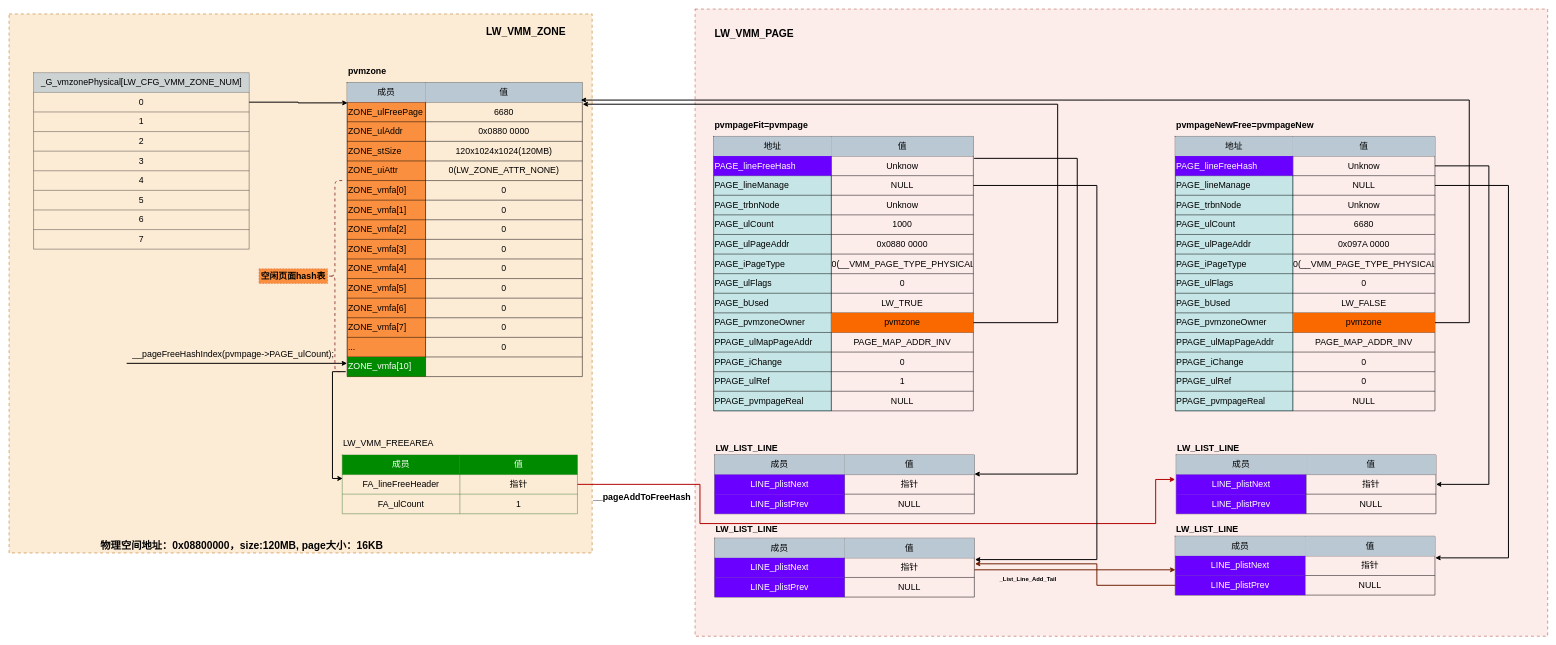
Above: page "完成物理页面分配" (3 of 5) of draw/mips-mmu.drawio in peng-fan/drawio (draw.io), before the change. Source tidied: cells renumbered, new cells numbered last; positions are measured from the earlier drawing's top-left corner, leaving out a move shared by most shapes. Both pictures are drawn from the tidied source at 49%, with x=0, y=0 at pixel (9, 9).
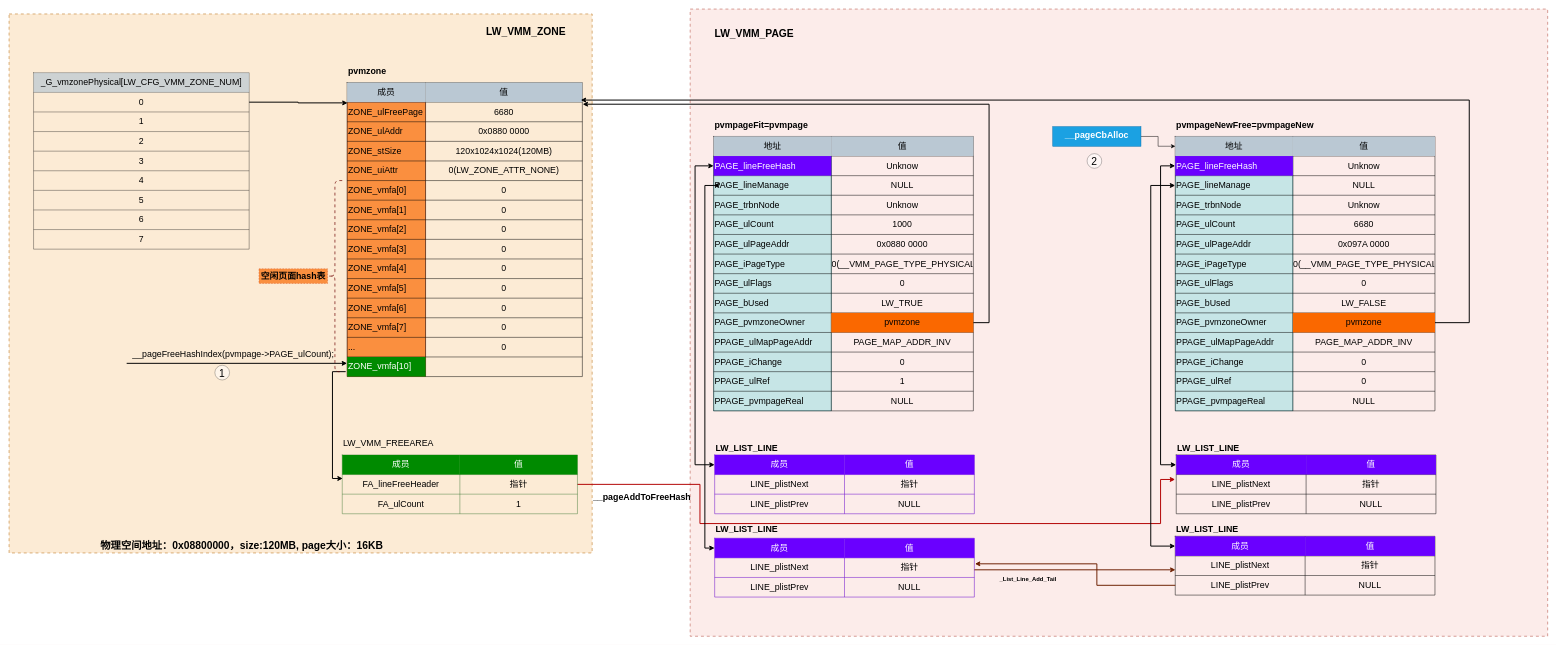
Above is the later version.

The change refers to these unchanged cells:
```xml
<mxCell id="8" style="shape=partialRectangle;fillColor=none;top=0;left=0;bottom=0;right=0;points=[[0,0.5],[1,0.5]];portConstraint=eastwest;fontSize=18;strokeColor=default;" parent="4" vertex="1">
  <mxGeometry y="40" width="530" height="40" as="geometry" />
</mxCell>
<mxCell id="11" style="shape=partialRectangle;fillColor=none;top=0;left=0;bottom=0;right=0;points=[[0,0.5],[1,0.5]];portConstraint=eastwest;fontSize=18;strokeColor=default;" parent="4" vertex="1">
  <mxGeometry y="80" width="530" height="40" as="geometry" />
</mxCell>
<mxCell id="32" style="shape=partialRectangle;fillColor=none;top=0;left=0;bottom=0;right=0;points=[[0,0.5],[1,0.5]];portConstraint=eastwest;fontSize=18;strokeColor=default;" parent="4" vertex="1">
  <mxGeometry y="360" width="530" height="40" as="geometry" />
</mxCell>
<mxCell id="54" style="shape=partialRectangle;fillColor=none;top=0;left=0;bottom=0;right=0;points=[[0,0.5],[1,0.5]];portConstraint=eastwest;fontSize=18;strokeColor=default;" parent="50" vertex="1">
  <mxGeometry y="40" width="480" height="40" as="geometry" />
</mxCell>
<mxCell id="101" style="shape=table;startSize=0;childLayout=tableLayout;fontSize=18;strokeColor=#005700;fillColor=none;align=center;opacity=70;fontColor=#ffffff;" parent="1" vertex="1">
  <mxGeometry x="680" y="910" width="480" height="120" as="geometry" />
</mxCell>
<mxCell id="119" style="shape=partialRectangle;fillColor=none;top=0;left=0;bottom=0;right=0;points=[[0,0.5],[1,0.5]];portConstraint=eastwest;fontSize=18;strokeColor=default;align=center;opacity=70;" parent="118" vertex="1">
  <mxGeometry width="530" height="40" as="geometry" />
</mxCell>
<mxCell id="122" style="shape=partialRectangle;fillColor=none;top=0;left=0;bottom=0;right=0;fontSize=18;strokeColor=default;align=center;opacity=70;" parent="118" vertex="1">
  <mxGeometry y="40" width="530" height="40" as="geometry" />
</mxCell>
<mxCell id="125" style="shape=partialRectangle;fillColor=none;top=0;left=0;bottom=0;right=0;fontSize=18;strokeColor=default;align=center;opacity=70;" parent="118" vertex="1">
  <mxGeometry y="80" width="530" height="40" as="geometry" />
</mxCell>
<mxCell id="153" style="shape=partialRectangle;fillColor=none;top=0;left=0;bottom=0;right=0;points=[[0,0.5],[1,0.5]];portConstraint=eastwest;fontSize=18;strokeColor=default;" parent="152" vertex="1">
  <mxGeometry width="530" height="40" as="geometry" />
</mxCell>
<mxCell id="156" style="shape=partialRectangle;fillColor=none;top=0;left=0;bottom=0;right=0;points=[[0,0.5],[1,0.5]];portConstraint=eastwest;fontSize=18;strokeColor=default;" parent="152" vertex="1">
  <mxGeometry y="40" width="530" height="40" as="geometry" />
</mxCell>
<mxCell id="159" style="shape=partialRectangle;fillColor=none;top=0;left=0;bottom=0;right=0;points=[[0,0.5],[1,0.5]];portConstraint=eastwest;fontSize=18;strokeColor=default;" parent="152" vertex="1">
  <mxGeometry y="80" width="530" height="40" as="geometry" />
</mxCell>
<mxCell id="197" style="shape=partialRectangle;fillColor=none;top=0;left=0;bottom=0;right=0;points=[[0,0.5],[1,0.5]];portConstraint=eastwest;fontSize=18;strokeColor=default;align=center;opacity=70;" parent="196" vertex="1">
  <mxGeometry width="530" height="40" as="geometry" />
</mxCell>
<mxCell id="200" style="shape=partialRectangle;fillColor=none;top=0;left=0;bottom=0;right=0;points=[[0,0.5],[1,0.5]];portConstraint=eastwest;fontSize=18;strokeColor=default;align=center;opacity=70;" parent="196" vertex="1">
  <mxGeometry y="40" width="530" height="40" as="geometry" />
</mxCell>
<mxCell id="203" style="shape=partialRectangle;fillColor=none;top=0;left=0;bottom=0;right=0;fontSize=18;strokeColor=default;align=center;opacity=70;" parent="196" vertex="1">
  <mxGeometry y="80" width="530" height="40" as="geometry" />
</mxCell>
<mxCell id="208" style="shape=partialRectangle;fillColor=none;top=0;left=0;bottom=0;right=0;points=[[0,0.5],[1,0.5]];portConstraint=eastwest;fontSize=18;strokeColor=default;align=center;opacity=70;" parent="207" vertex="1">
  <mxGeometry width="530" height="40" as="geometry" />
</mxCell>
<mxCell id="211" style="shape=partialRectangle;fillColor=none;top=0;left=0;bottom=0;right=0;points=[[0,0.5],[1,0.5]];portConstraint=eastwest;fontSize=18;strokeColor=default;align=center;opacity=70;" parent="207" vertex="1">
  <mxGeometry y="40" width="530" height="40" as="geometry" />
</mxCell>
<mxCell id="214" style="shape=partialRectangle;fillColor=none;top=0;left=0;bottom=0;right=0;fontSize=18;strokeColor=default;align=center;opacity=70;" parent="207" vertex="1">
  <mxGeometry y="80" width="530" height="40" as="geometry" />
</mxCell>
<mxCell id="219" style="shape=partialRectangle;fillColor=none;top=0;left=0;bottom=0;right=0;points=[[0,0.5],[1,0.5]];portConstraint=eastwest;fontSize=18;strokeColor=default;align=center;opacity=70;" parent="218" vertex="1">
  <mxGeometry width="530" height="40" as="geometry" />
</mxCell>
<mxCell id="222" style="shape=partialRectangle;fillColor=none;top=0;left=0;bottom=0;right=0;points=[[0,0.5],[1,0.5]];portConstraint=eastwest;fontSize=18;strokeColor=default;align=center;opacity=70;" parent="218" vertex="1">
  <mxGeometry y="40" width="530" height="40" as="geometry" />
</mxCell>
<mxCell id="225" style="shape=partialRectangle;fillColor=none;top=0;left=0;bottom=0;right=0;points=[[0,0.5],[1,0.5]];portConstraint=eastwest;fontSize=18;strokeColor=default;align=center;opacity=70;" parent="218" vertex="1">
  <mxGeometry y="80" width="530" height="40" as="geometry" />
</mxCell>
```

What changed in the source:
```diff
@@
     <mxCell id="2" style="rounded=0;whiteSpace=wrap;html=1;dashed=1;fontSize=18;strokeColor=#ae4132;strokeWidth=2;fillColor=#fad9d5;align=center;opacity=50;" parent="1" vertex="1">
-      <mxGeometry x="1400" width="1740" height="1280" as="geometry" />
+      <mxGeometry x="1390" width="1750" height="1280" as="geometry" />
     </mxCell>
@@
     <mxCell id="98" style="edgeStyle=orthogonalEdgeStyle;rounded=0;jettySize=auto;html=1;entryX=1.001;entryY=0.104;entryDx=0;entryDy=0;fontSize=18;exitX=1;exitY=0.5;exitDx=0;exitDy=0;entryPerimeter=0;strokeWidth=2;" parent="1" edge="1" source="32" target="54">
       <mxGeometry relative="1" as="geometry">
         <Array as="points">
-          <mxPoint x="2140" y="640" />
-          <mxPoint x="2140" y="194" />
+          <mxPoint x="2000" y="640" />
+          <mxPoint x="2000" y="194" />
         </Array>
       </mxGeometry>
     </mxCell>
@@
     <mxCell id="100" style="edgeStyle=orthogonalEdgeStyle;rounded=0;jettySize=auto;html=1;strokeWidth=2;entryX=-0.004;entryY=0.25;entryDx=0;entryDy=0;entryPerimeter=0;fillColor=#e51400;strokeColor=#B20000;" parent="1" edge="1" source="101" target="200">
       <mxGeometry relative="1" as="geometry">
         <Array as="points">
           <mxPoint x="1410" y="970" />
           <mxPoint x="1410" y="1050" />
-          <mxPoint x="2340" y="1050" />
-          <mxPoint x="2340" y="960" />
+          <mxPoint x="2350" y="1050" />
+          <mxPoint x="2350" y="960" />
         </Array>
       </mxGeometry>
     </mxCell>
@@
-    <mxCell id="118" style="shape=table;startSize=0;childLayout=tableLayout;fontSize=18;strokeColor=default;fillColor=none;gradientColor=none;align=center;" parent="1" vertex="1">
+    <mxCell id="118" style="shape=table;startSize=0;childLayout=tableLayout;fontSize=18;strokeColor=#6600CC;fillColor=none;gradientColor=none;align=center;" parent="1" vertex="1">
       <mxGeometry x="1440" y="910" width="530" height="120" as="geometry" />
     </mxCell>
@@
-    <mxCell id="120" value="成员" style="shape=partialRectangle;html=1;whiteSpace=wrap;overflow=hidden;fillColor=#bac8d3;top=0;left=0;bottom=0;right=0;fontSize=18;strokeColor=#23445d;align=center;" parent="119" vertex="1">
+    <mxCell id="120" value="成员" style="shape=partialRectangle;html=1;whiteSpace=wrap;overflow=hidden;fillColor=#6a00ff;top=0;left=0;bottom=0;right=0;fontSize=18;strokeColor=#3700CC;align=center;fontColor=#ffffff;" parent="119" vertex="1">
       <mxGeometry width="265" height="40" as="geometry" />
     </mxCell>
-    <mxCell id="121" value="值" style="shape=partialRectangle;html=1;whiteSpace=wrap;overflow=hidden;fillColor=#bac8d3;top=0;left=0;bottom=0;right=0;fontSize=18;strokeColor=#23445d;align=center;" parent="119" vertex="1">
+    <mxCell id="121" value="值" style="shape=partialRectangle;html=1;whiteSpace=wrap;overflow=hidden;fillColor=#6a00ff;top=0;left=0;bottom=0;right=0;fontSize=18;strokeColor=#3700CC;align=center;fontColor=#ffffff;" parent="119" vertex="1">
       <mxGeometry x="265" width="265" height="40" as="geometry" />
     </mxCell>
@@
-    <mxCell id="123" value="LINE_plistNext" style="shape=partialRectangle;html=1;whiteSpace=wrap;overflow=hidden;fillColor=#6a00ff;top=0;left=0;bottom=0;right=0;fontSize=18;strokeColor=#3700CC;align=center;fontColor=#ffffff;" parent="122" vertex="1">
+    <mxCell id="123" value="&lt;font color=&quot;#000000&quot;&gt;LINE_plistNext&lt;/font&gt;" style="shape=partialRectangle;html=1;whiteSpace=wrap;overflow=hidden;fillColor=none;top=0;left=0;bottom=0;right=0;fontSize=18;strokeColor=#3700CC;align=center;fontColor=#ffffff;" parent="122" vertex="1">
       <mxGeometry width="265" height="40" as="geometry" />
     </mxCell>
@@
-    <mxCell id="126" value="LINE_plistPrev" style="shape=partialRectangle;html=1;whiteSpace=wrap;overflow=hidden;fillColor=#6a00ff;top=0;left=0;bottom=0;right=0;fontSize=18;strokeColor=#3700CC;align=center;fontColor=#ffffff;" parent="125" vertex="1">
+    <mxCell id="126" value="&lt;font color=&quot;#000000&quot;&gt;LINE_plistPrev&lt;/font&gt;" style="shape=partialRectangle;html=1;whiteSpace=wrap;overflow=hidden;fillColor=none;top=0;left=0;bottom=0;right=0;fontSize=18;strokeColor=#3700CC;align=center;fontColor=#ffffff;" parent="125" vertex="1">
       <mxGeometry width="265" height="40" as="geometry" />
     </mxCell>
@@
-    <mxCell id="129" style="edgeStyle=elbowEdgeStyle;elbow=horizontal;endArrow=classic;html=1;rounded=0;fontSize=18;strokeWidth=2;exitX=1.003;exitY=0.117;exitDx=0;exitDy=0;exitPerimeter=0;" parent="1" edge="1" source="8">
+    <mxCell id="129" style="edgeStyle=elbowEdgeStyle;elbow=horizontal;endArrow=classic;html=1;rounded=0;fontSize=18;strokeWidth=2;exitX=0;exitY=0.5;exitDx=0;exitDy=0;startArrow=classic;startFill=1;" parent="1" edge="1" source="8" target="119">
       <mxGeometry relative="1" as="geometry">
-        <mxPoint x="1970" y="949" as="targetPoint" />
         <Array as="points">
-          <mxPoint x="2180" y="640" />
+          <mxPoint x="1400" y="620" />
           <mxPoint x="2370" y="650" />
         </Array>
       </mxGeometry>
     </mxCell>
@@
-    <mxCell id="198" value="成员" style="shape=partialRectangle;html=1;whiteSpace=wrap;overflow=hidden;fillColor=#bac8d3;top=0;left=0;bottom=0;right=0;fontSize=18;strokeColor=#23445d;align=center;" parent="197" vertex="1">
+    <mxCell id="198" value="成员" style="shape=partialRectangle;html=1;whiteSpace=wrap;overflow=hidden;fillColor=#6a00ff;top=0;left=0;bottom=0;right=0;fontSize=18;strokeColor=#3700CC;align=center;fontColor=#ffffff;" parent="197" vertex="1">
       <mxGeometry width="265" height="40" as="geometry" />
     </mxCell>
-    <mxCell id="199" value="值" style="shape=partialRectangle;html=1;whiteSpace=wrap;overflow=hidden;fillColor=#bac8d3;top=0;left=0;bottom=0;right=0;fontSize=18;strokeColor=#23445d;align=center;" parent="197" vertex="1">
+    <mxCell id="199" value="值" style="shape=partialRectangle;html=1;whiteSpace=wrap;overflow=hidden;fillColor=#6a00ff;top=0;left=0;bottom=0;right=0;fontSize=18;strokeColor=#3700CC;align=center;fontColor=#ffffff;" parent="197" vertex="1">
       <mxGeometry x="265" width="265" height="40" as="geometry" />
     </mxCell>
@@
-    <mxCell id="201" value="LINE_plistNext" style="shape=partialRectangle;html=1;whiteSpace=wrap;overflow=hidden;fillColor=#6a00ff;top=0;left=0;bottom=0;right=0;fontSize=18;strokeColor=#3700CC;align=center;fontColor=#ffffff;" parent="200" vertex="1">
+    <mxCell id="201" value="&lt;font color=&quot;#000000&quot;&gt;LINE_plistNext&lt;/font&gt;" style="shape=partialRectangle;html=1;whiteSpace=wrap;overflow=hidden;fillColor=none;top=0;left=0;bottom=0;right=0;fontSize=18;strokeColor=#3700CC;align=center;fontColor=#ffffff;" parent="200" vertex="1">
       <mxGeometry width="265" height="40" as="geometry" />
     </mxCell>
@@
-    <mxCell id="204" value="LINE_plistPrev" style="shape=partialRectangle;html=1;whiteSpace=wrap;overflow=hidden;fillColor=#6a00ff;top=0;left=0;bottom=0;right=0;fontSize=18;strokeColor=#3700CC;align=center;fontColor=#ffffff;" parent="203" vertex="1">
+    <mxCell id="204" value="&lt;font color=&quot;#000000&quot;&gt;LINE_plistPrev&lt;/font&gt;" style="shape=partialRectangle;html=1;whiteSpace=wrap;overflow=hidden;fillColor=none;top=0;left=0;bottom=0;right=0;fontSize=18;strokeColor=#3700CC;align=center;fontColor=#ffffff;" parent="203" vertex="1">
       <mxGeometry width="265" height="40" as="geometry" />
     </mxCell>
@@
-    <mxCell id="207" style="shape=table;startSize=0;childLayout=tableLayout;fontSize=18;strokeColor=default;fillColor=none;gradientColor=none;align=center;" parent="1" vertex="1">
+    <mxCell id="207" style="shape=table;startSize=0;childLayout=tableLayout;fontSize=18;strokeColor=#6600CC;fillColor=none;gradientColor=none;align=center;" parent="1" vertex="1">
       <mxGeometry x="1440" y="1080" width="530" height="120" as="geometry" />
     </mxCell>
@@
-    <mxCell id="209" value="成员" style="shape=partialRectangle;html=1;whiteSpace=wrap;overflow=hidden;fillColor=#bac8d3;top=0;left=0;bottom=0;right=0;fontSize=18;strokeColor=#23445d;align=center;" parent="208" vertex="1">
+    <mxCell id="209" value="成员" style="shape=partialRectangle;html=1;whiteSpace=wrap;overflow=hidden;fillColor=#6a00ff;top=0;left=0;bottom=0;right=0;fontSize=18;strokeColor=#3700CC;align=center;fontColor=#ffffff;" parent="208" vertex="1">
       <mxGeometry width="265" height="40" as="geometry" />
     </mxCell>
-    <mxCell id="210" value="值" style="shape=partialRectangle;html=1;whiteSpace=wrap;overflow=hidden;fillColor=#bac8d3;top=0;left=0;bottom=0;right=0;fontSize=18;strokeColor=#23445d;align=center;" parent="208" vertex="1">
+    <mxCell id="210" value="值" style="shape=partialRectangle;html=1;whiteSpace=wrap;overflow=hidden;fillColor=#6a00ff;top=0;left=0;bottom=0;right=0;fontSize=18;strokeColor=#3700CC;align=center;fontColor=#ffffff;" parent="208" vertex="1">
       <mxGeometry x="265" width="265" height="40" as="geometry" />
     </mxCell>
@@
-    <mxCell id="212" value="LINE_plistNext" style="shape=partialRectangle;html=1;whiteSpace=wrap;overflow=hidden;fillColor=#6a00ff;top=0;left=0;bottom=0;right=0;fontSize=18;strokeColor=#3700CC;align=center;fontColor=#ffffff;" parent="211" vertex="1">
+    <mxCell id="212" value="&lt;font color=&quot;#000000&quot;&gt;LINE_plistNext&lt;/font&gt;" style="shape=partialRectangle;html=1;whiteSpace=wrap;overflow=hidden;fillColor=none;top=0;left=0;bottom=0;right=0;fontSize=18;strokeColor=#3700CC;align=center;fontColor=#ffffff;" parent="211" vertex="1">
       <mxGeometry width="265" height="40" as="geometry" />
     </mxCell>
@@
-    <mxCell id="215" value="LINE_plistPrev" style="shape=partialRectangle;html=1;whiteSpace=wrap;overflow=hidden;fillColor=#6a00ff;top=0;left=0;bottom=0;right=0;fontSize=18;strokeColor=#3700CC;align=center;fontColor=#ffffff;" parent="214" vertex="1">
+    <mxCell id="215" value="&lt;font color=&quot;#000000&quot;&gt;LINE_plistPrev&lt;/font&gt;" style="shape=partialRectangle;html=1;whiteSpace=wrap;overflow=hidden;fillColor=none;top=0;left=0;bottom=0;right=0;fontSize=18;strokeColor=#3700CC;align=center;fontColor=#ffffff;" parent="214" vertex="1">
       <mxGeometry width="265" height="40" as="geometry" />
     </mxCell>
-    <mxCell id="216" value="NULL" style="shape=partialRectangle;html=1;whiteSpace=wrap;overflow=hidden;fillColor=none;top=0;left=0;bottom=0;right=0;fontSize=18;strokeColor=default;align=center;opacity=70;" parent="214" vertex="1">
+    <mxCell id="216" value="NULL" style="shape=partialRectangle;html=1;whiteSpace=wrap;overflow=hidden;fillColor=none;top=0;left=0;bottom=0;right=0;fontSize=18;strokeColor=#CC00CC;align=center;opacity=70;" parent="214" vertex="1">
       <mxGeometry x="265" width="265" height="40" as="geometry" />
     </mxCell>
@@
-    <mxCell id="220" value="成员" style="shape=partialRectangle;html=1;whiteSpace=wrap;overflow=hidden;fillColor=#bac8d3;top=0;left=0;bottom=0;right=0;fontSize=18;strokeColor=#23445d;align=center;" parent="219" vertex="1">
+    <mxCell id="220" value="成员" style="shape=partialRectangle;html=1;whiteSpace=wrap;overflow=hidden;fillColor=#6a00ff;top=0;left=0;bottom=0;right=0;fontSize=18;strokeColor=#3700CC;align=center;fontColor=#ffffff;" parent="219" vertex="1">
       <mxGeometry width="265" height="40" as="geometry" />
     </mxCell>
-    <mxCell id="221" value="值" style="shape=partialRectangle;html=1;whiteSpace=wrap;overflow=hidden;fillColor=#bac8d3;top=0;left=0;bottom=0;right=0;fontSize=18;strokeColor=#23445d;align=center;" parent="219" vertex="1">
+    <mxCell id="221" value="值" style="shape=partialRectangle;html=1;whiteSpace=wrap;overflow=hidden;fillColor=#6a00ff;top=0;left=0;bottom=0;right=0;fontSize=18;strokeColor=#3700CC;align=center;fontColor=#ffffff;" parent="219" vertex="1">
       <mxGeometry x="265" width="265" height="40" as="geometry" />
     </mxCell>
@@
-    <mxCell id="223" value="LINE_plistNext" style="shape=partialRectangle;html=1;whiteSpace=wrap;overflow=hidden;fillColor=#6a00ff;top=0;left=0;bottom=0;right=0;fontSize=18;strokeColor=#3700CC;align=center;fontColor=#ffffff;" parent="222" vertex="1">
+    <mxCell id="223" value="&lt;font color=&quot;#000000&quot;&gt;LINE_plistNext&lt;/font&gt;" style="shape=partialRectangle;html=1;whiteSpace=wrap;overflow=hidden;fillColor=none;top=0;left=0;bottom=0;right=0;fontSize=18;strokeColor=#3700CC;align=center;fontColor=#ffffff;" parent="222" vertex="1">
       <mxGeometry width="265" height="40" as="geometry" />
     </mxCell>
@@
-    <mxCell id="226" value="LINE_plistPrev" style="shape=partialRectangle;html=1;whiteSpace=wrap;overflow=hidden;fillColor=#6a00ff;top=0;left=0;bottom=0;right=0;fontSize=18;strokeColor=#3700CC;align=center;fontColor=#ffffff;" parent="225" vertex="1">
+    <mxCell id="226" value="&lt;font color=&quot;#000000&quot;&gt;LINE_plistPrev&lt;/font&gt;" style="shape=partialRectangle;html=1;whiteSpace=wrap;overflow=hidden;fillColor=none;top=0;left=0;bottom=0;right=0;fontSize=18;strokeColor=#3700CC;align=center;fontColor=#ffffff;" parent="225" vertex="1">
       <mxGeometry width="265" height="40" as="geometry" />
     </mxCell>
@@
-    <mxCell id="229" style="edgeStyle=orthogonalEdgeStyle;rounded=0;jettySize=auto;html=1;exitX=1;exitY=0.5;exitDx=0;exitDy=0;entryX=1.002;entryY=0.088;entryDx=0;entryDy=0;entryPerimeter=0;strokeWidth=2;" parent="1" edge="1" source="11" target="211">
+    <mxCell id="229" style="edgeStyle=orthogonalEdgeStyle;rounded=0;jettySize=auto;html=1;strokeWidth=2;startArrow=classic;startFill=1;" parent="1" edge="1" target="208">
       <mxGeometry relative="1" as="geometry">
+        <mxPoint x="1438" y="360" as="sourcePoint" />
         <Array as="points">
-          <mxPoint x="2220" y="360" />
-          <mxPoint x="2220" y="1124" />
+          <mxPoint x="1439" y="360" />
+          <mxPoint x="1420" y="360" />
+          <mxPoint x="1420" y="1100" />
         </Array>
       </mxGeometry>
     </mxCell>
@@
-    <mxCell id="231" style="edgeStyle=orthogonalEdgeStyle;rounded=0;jettySize=auto;html=1;entryX=1;entryY=0.5;entryDx=0;entryDy=0;strokeWidth=2;" parent="1" edge="1" source="156" target="200">
+    <mxCell id="231" style="edgeStyle=orthogonalEdgeStyle;rounded=0;jettySize=auto;html=1;entryX=0;entryY=0.5;entryDx=0;entryDy=0;strokeWidth=2;startArrow=classic;startFill=1;" parent="1" edge="1" source="156" target="197">
       <mxGeometry relative="1" as="geometry">
         <Array as="points">
-          <mxPoint x="3020" y="320" />
-          <mxPoint x="3020" y="970" />
+          <mxPoint x="2350" y="320" />
+          <mxPoint x="2350" y="930" />
         </Array>
       </mxGeometry>
     </mxCell>
-    <mxCell id="232" style="edgeStyle=orthogonalEdgeStyle;rounded=0;jettySize=auto;html=1;exitX=1;exitY=0.5;exitDx=0;exitDy=0;entryX=1.001;entryY=0.1;entryDx=0;entryDy=0;entryPerimeter=0;strokeWidth=2;" parent="1" edge="1" source="159" target="222">
+    <mxCell id="232" style="edgeStyle=orthogonalEdgeStyle;rounded=0;jettySize=auto;html=1;entryX=0;entryY=0.5;entryDx=0;entryDy=0;strokeWidth=2;exitX=0;exitY=0.5;exitDx=0;exitDy=0;startArrow=classic;startFill=1;" parent="1" edge="1" source="159" target="219">
       <mxGeometry relative="1" as="geometry">
         <Array as="points">
-          <mxPoint x="3060" y="360" />
-          <mxPoint x="3060" y="1120" />
+          <mxPoint x="2330" y="360" />
+          <mxPoint x="2330" y="1096" />
         </Array>
       </mxGeometry>
     </mxCell>
@@
+    <mxCell id="236" value="1" style="ellipse;fillColor=#ffffff;strokeColor=#000000;fontSize=21;align=center;opacity=50;" parent="1" vertex="1">
+      <mxGeometry x="420" y="727" width="30" height="30" as="geometry" />
+    </mxCell>
+    <mxCell id="237" style="edgeStyle=orthogonalEdgeStyle;rounded=0;jettySize=auto;html=1;fontSize=18;fontColor=#000000;startArrow=none;startFill=0;strokeColor=#000000;" parent="1" edge="1" source="238" target="153">
+      <mxGeometry relative="1" as="geometry" />
+    </mxCell>
+    <mxCell id="238" value="&lt;b&gt;__pageCbAlloc&lt;/b&gt;" style="text;whiteSpace=wrap;html=1;fontSize=18;fontColor=#ffffff;fillColor=#1ba1e2;strokeColor=#006EAF;align=center;" parent="1" vertex="1">
+      <mxGeometry x="2130" y="240" width="180" height="40" as="geometry" />
+    </mxCell>
+    <mxCell id="239" value="2" style="ellipse;fillColor=#ffffff;strokeColor=#000000;fontSize=21;align=center;opacity=50;" parent="1" vertex="1">
+      <mxGeometry x="2200" y="295" width="30" height="30" as="geometry" />
+    </mxCell>
```
